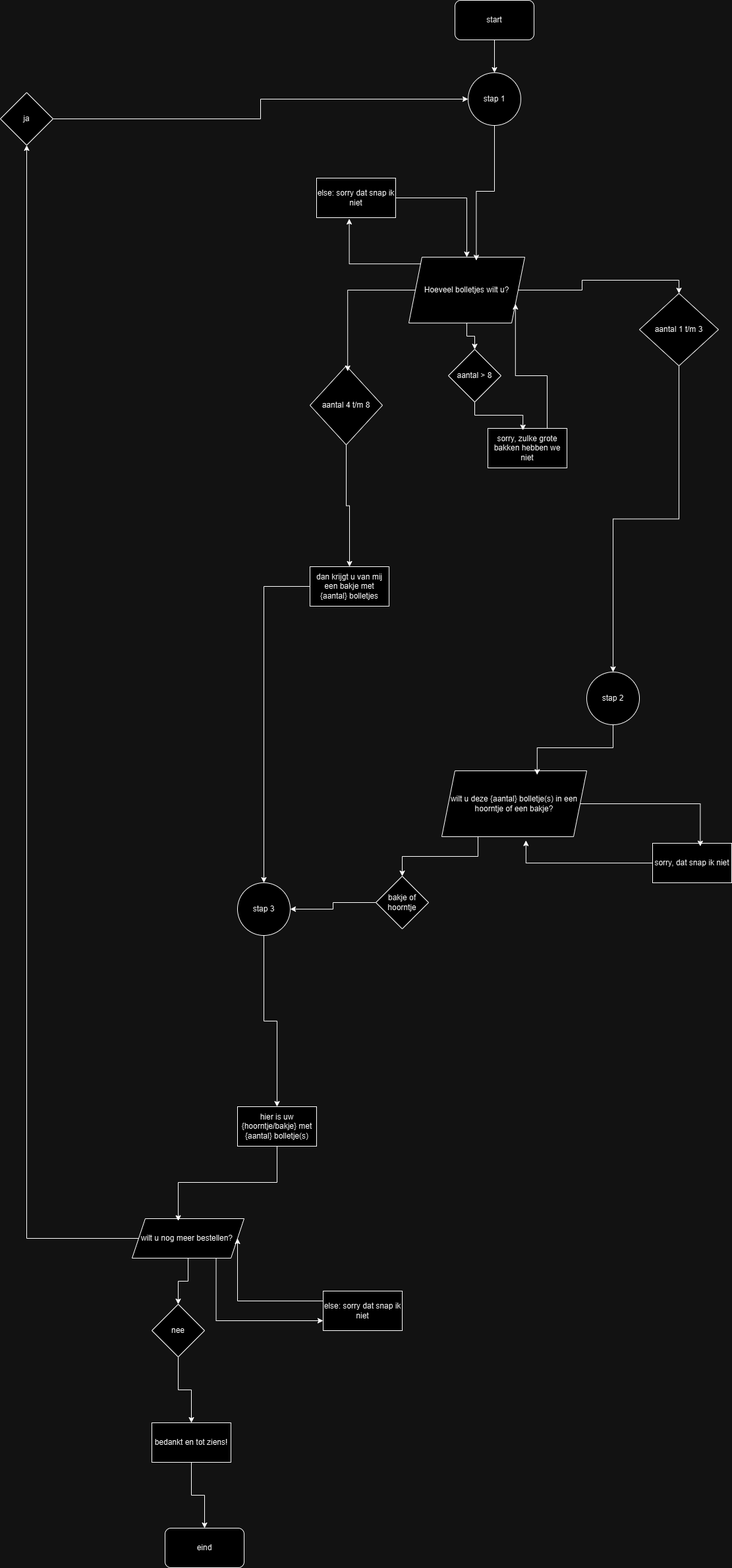
Above: Module 3 - Inzetten van/Proef - DRY programmeren/teksten en flowchart/Papi Gelato01.drawio.png in jorisKuinDaVinci/leren-programmeren (draw.io), before the change. Source tidied: cells renumbered, new cells last; positions are measured from the earlier drawing's top-left corner, leaving out a move shared by most shapes.
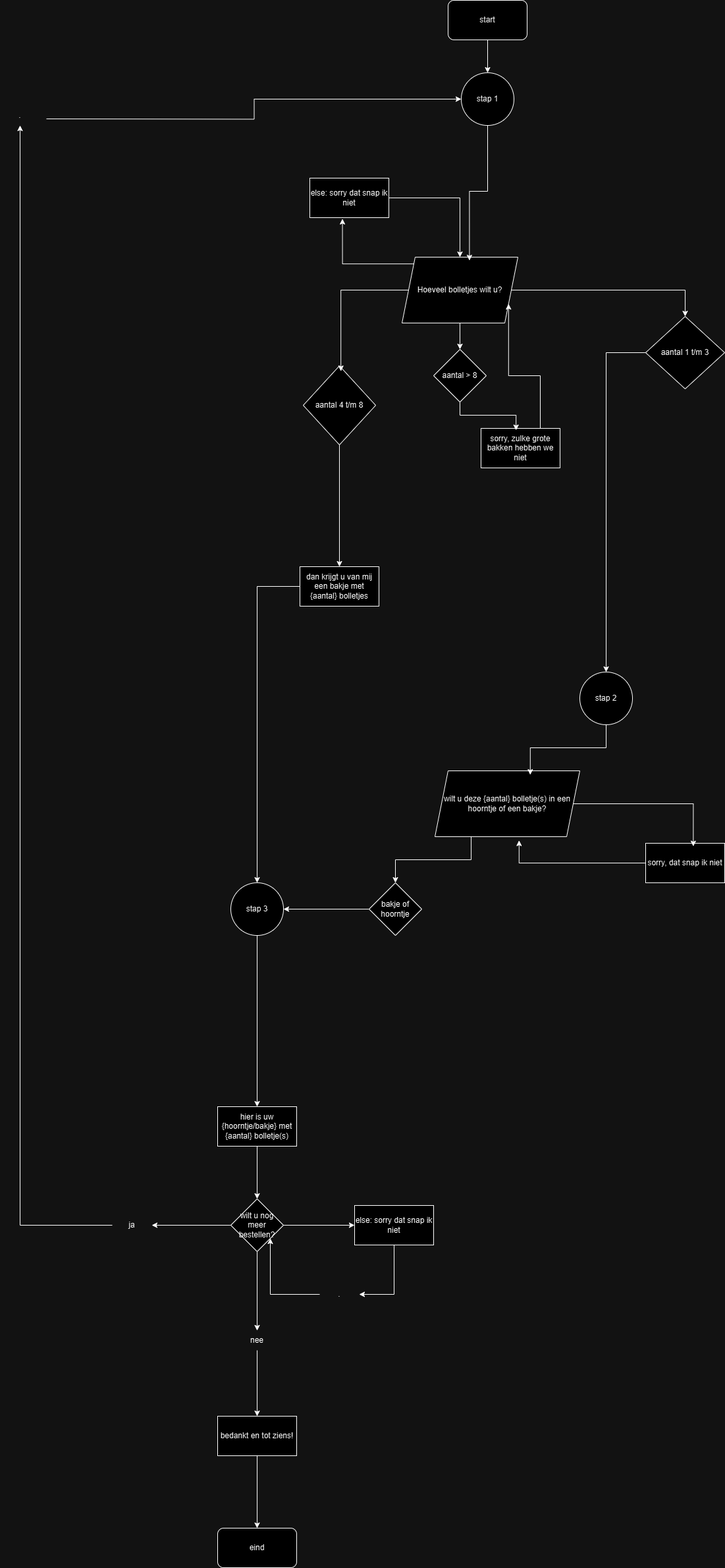
After the change.

What changed in the source:
```diff
@@ -21,7 +21,7 @@
       <mxGeometry relative="1" as="geometry" />
     </mxCell>
     <mxCell id="8" value="aantal 1 t/m 3" style="rhombus;whiteSpace=wrap;html=1;" parent="1" vertex="1">
-      <mxGeometry x="970" y="445" width="120" height="110" as="geometry" />
+      <mxGeometry x="990" y="480" width="120" height="110" as="geometry" />
     </mxCell>
     <mxCell id="9" style="edgeStyle=orthogonalEdgeStyle;rounded=0;jettySize=auto;html=1;entryX=0.5;entryY=0;entryDx=0;entryDy=0;" parent="1" edge="1" source="10" target="13">
       <mxGeometry relative="1" as="geometry" />
@@ -36,10 +36,10 @@
       <mxGeometry relative="1" as="geometry" />
     </mxCell>
     <mxCell id="13" value="dan krijgt u van mij een bakje met {aantal} bolletjes" style="rounded=0;whiteSpace=wrap;html=1;" parent="1" vertex="1">
-      <mxGeometry x="470" y="860" width="120" height="60" as="geometry" />
+      <mxGeometry x="465" y="860" width="120" height="60" as="geometry" />
     </mxCell>
     <mxCell id="14" value="aantal &amp;gt; 8" style="rhombus;whiteSpace=wrap;html=1;" parent="1" vertex="1">
-      <mxGeometry x="680" y="530" width="80" height="80" as="geometry" />
+      <mxGeometry x="668" y="530" width="80" height="80" as="geometry" />
     </mxCell>
     <mxCell id="15" style="edgeStyle=orthogonalEdgeStyle;rounded=0;jettySize=auto;html=1;exitX=0.75;exitY=0;exitDx=0;exitDy=0;entryX=1;entryY=0.75;entryDx=0;entryDy=0;" parent="1" edge="1" source="16" target="6">
       <mxGeometry relative="1" as="geometry" />
@@ -66,7 +66,7 @@
       <mxGeometry relative="1" as="geometry" />
     </mxCell>
     <mxCell id="23" value="bakje of hoorntje" style="rhombus;whiteSpace=wrap;html=1;" parent="1" vertex="1">
-      <mxGeometry x="570" y="1330" width="80" height="80" as="geometry" />
+      <mxGeometry x="570" y="1340" width="80" height="80" as="geometry" />
     </mxCell>
     <mxCell id="24" value="stap 2" style="ellipse;whiteSpace=wrap;html=1;" parent="1" vertex="1">
       <mxGeometry x="890" y="1020" width="80" height="80" as="geometry" />
@@ -98,50 +98,64 @@
     <mxCell id="33" value="stap 3" style="ellipse;whiteSpace=wrap;html=1;" parent="1" vertex="1">
       <mxGeometry x="360" y="1340" width="80" height="80" as="geometry" />
     </mxCell>
+    <mxCell id="39" style="edgeStyle=orthogonalEdgeStyle;rounded=0;jettySize=auto;html=1;entryX=0.5;entryY=0;entryDx=0;entryDy=0;" parent="1" edge="1" source="34" target="38">
+      <mxGeometry relative="1" as="geometry" />
+    </mxCell>
     <mxCell id="34" value="hier is uw {hoorntje/bakje} met {aantal} bolletje(s)" style="rounded=0;whiteSpace=wrap;html=1;" parent="1" vertex="1">
-      <mxGeometry x="360" y="1680" width="120" height="60" as="geometry" />
+      <mxGeometry x="340" y="1680" width="120" height="60" as="geometry" />
     </mxCell>
-    <mxCell id="35" style="edgeStyle=orthogonalEdgeStyle;rounded=0;jettySize=auto;html=1;entryX=0.5;entryY=1;entryDx=0;entryDy=0;" parent="1" edge="1" source="38" target="41">
-      <mxGeometry relative="1" as="geometry" />
-    </mxCell>
-    <mxCell id="36" style="edgeStyle=orthogonalEdgeStyle;rounded=0;jettySize=auto;html=1;" parent="1" edge="1" source="38" target="43">
-      <mxGeometry relative="1" as="geometry" />
-    </mxCell>
-    <mxCell id="37" style="edgeStyle=orthogonalEdgeStyle;rounded=0;jettySize=auto;html=1;exitX=0.75;exitY=1;exitDx=0;exitDy=0;entryX=0;entryY=0.75;entryDx=0;entryDy=0;" parent="1" edge="1" source="38" target="45">
-      <mxGeometry relative="1" as="geometry" />
-    </mxCell>
-    <mxCell id="38" value="wilt u nog meer bestellen?&amp;nbsp;" style="shape=parallelogram;perimeter=parallelogramPerimeter;whiteSpace=wrap;html=1;fixedSize=1;" parent="1" vertex="1">
-      <mxGeometry x="200" y="1850" width="170" height="60" as="geometry" />
-    </mxCell>
-    <mxCell id="39" style="edgeStyle=orthogonalEdgeStyle;rounded=0;jettySize=auto;html=1;entryX=0.412;entryY=0.057;entryDx=0;entryDy=0;entryPerimeter=0;" parent="1" edge="1" source="34" target="38">
-      <mxGeometry relative="1" as="geometry" />
-    </mxCell>
-    <mxCell id="40" style="edgeStyle=orthogonalEdgeStyle;rounded=0;jettySize=auto;html=1;exitX=1;exitY=0.5;exitDx=0;exitDy=0;entryX=0;entryY=0.5;entryDx=0;entryDy=0;" parent="1" edge="1" source="41" target="26">
-      <mxGeometry relative="1" as="geometry" />
+    <mxCell id="40" style="edgeStyle=orthogonalEdgeStyle;rounded=0;jettySize=auto;html=1;exitX=1;exitY=0.5;exitDx=0;exitDy=0;entryX=0;entryY=0.5;entryDx=0;entryDy=0;" parent="1" edge="1" target="26">
+      <mxGeometry relative="1" as="geometry">
+        <mxPoint x="80" y="180" as="sourcePoint" />
+      </mxGeometry>
     </mxCell>
-    <mxCell id="41" value="ja" style="rhombus;whiteSpace=wrap;html=1;" parent="1" vertex="1">
-      <mxGeometry y="140" width="80" height="80" as="geometry" />
-    </mxCell>
-    <mxCell id="42" style="edgeStyle=orthogonalEdgeStyle;rounded=0;jettySize=auto;html=1;" parent="1" edge="1" source="43" target="47">
-      <mxGeometry relative="1" as="geometry" />
-    </mxCell>
-    <mxCell id="43" value="nee" style="rhombus;whiteSpace=wrap;html=1;" parent="1" vertex="1">
-      <mxGeometry x="230" y="1980" width="80" height="80" as="geometry" />
-    </mxCell>
-    <mxCell id="44" style="edgeStyle=orthogonalEdgeStyle;rounded=0;jettySize=auto;html=1;exitX=0;exitY=0.25;exitDx=0;exitDy=0;entryX=1;entryY=0.5;entryDx=0;entryDy=0;" parent="1" edge="1" source="45" target="38">
-      <mxGeometry relative="1" as="geometry" />
-    </mxCell>
+    <mxCell id="49" style="edgeStyle=orthogonalEdgeStyle;rounded=0;jettySize=auto;html=1;entryX=1;entryY=0.5;entryDx=0;entryDy=0;" parent="1" edge="1" source="45" target="53">
+      <mxGeometry relative="1" as="geometry" />
+    </mxCell>
     <mxCell id="45" value="else: sorry dat snap ik niet" style="rounded=0;whiteSpace=wrap;html=1;" parent="1" vertex="1">
-      <mxGeometry x="490" y="1960" width="120" height="60" as="geometry" />
+      <mxGeometry x="548" y="1830" width="120" height="60" as="geometry" />
     </mxCell>
-    <mxCell id="46" style="edgeStyle=orthogonalEdgeStyle;rounded=0;jettySize=auto;html=1;" parent="1" edge="1" source="47" target="48">
+    <mxCell id="46" style="edgeStyle=orthogonalEdgeStyle;rounded=0;jettySize=auto;html=1;entryX=0.5;entryY=0;entryDx=0;entryDy=0;" parent="1" edge="1" source="47" target="48">
       <mxGeometry relative="1" as="geometry" />
     </mxCell>
     <mxCell id="47" value="bedankt en tot ziens!" style="rounded=0;whiteSpace=wrap;html=1;" parent="1" vertex="1">
-      <mxGeometry x="230" y="2160" width="120" height="60" as="geometry" />
+      <mxGeometry x="340" y="2150" width="120" height="60" as="geometry" />
     </mxCell>
     <mxCell id="48" value="eind" style="rounded=1;whiteSpace=wrap;html=1;" parent="1" vertex="1">
-      <mxGeometry x="250" y="2320" width="120" height="60" as="geometry" />
+      <mxGeometry x="340" y="2320" width="120" height="60" as="geometry" />
     </mxCell>
+    <mxCell id="50" style="edgeStyle=orthogonalEdgeStyle;rounded=0;jettySize=auto;html=1;entryX=0.5;entryY=1;entryDx=0;entryDy=0;" parent="1" edge="1" source="41" target="51">
+      <mxGeometry relative="1" as="geometry" />
+    </mxCell>
+    <mxCell id="41" value="ja" style="text;html=1;align=center;verticalAlign=middle;whiteSpace=wrap;rounded=0;" parent="1" vertex="1">
+      <mxGeometry x="180" y="1845" width="60" height="30" as="geometry" />
+    </mxCell>
+    <mxCell id="51" value="." style="text;html=1;align=center;verticalAlign=middle;whiteSpace=wrap;rounded=0;" parent="1" vertex="1">
+      <mxGeometry x="10" y="160" width="60" height="30" as="geometry" />
+    </mxCell>
+    <mxCell id="37" style="edgeStyle=orthogonalEdgeStyle;rounded=0;jettySize=auto;html=1;" parent="1" edge="1" source="38" target="45">
+      <mxGeometry relative="1" as="geometry" />
+    </mxCell>
+    <mxCell id="35" style="edgeStyle=orthogonalEdgeStyle;rounded=0;jettySize=auto;html=1;entryX=1;entryY=0.5;entryDx=0;entryDy=0;" parent="1" edge="1" source="38" target="41">
+      <mxGeometry relative="1" as="geometry" />
+    </mxCell>
+    <mxCell id="36" style="edgeStyle=orthogonalEdgeStyle;rounded=0;jettySize=auto;html=1;entryX=0.5;entryY=0;entryDx=0;entryDy=0;" parent="1" edge="1" source="38" target="43">
+      <mxGeometry relative="1" as="geometry" />
+    </mxCell>
+    <mxCell id="38" value="wilt u nog meer bestellen?" style="rhombus;whiteSpace=wrap;html=1;" parent="1" vertex="1">
+      <mxGeometry x="360" y="1820" width="80" height="80" as="geometry" />
+    </mxCell>
+    <mxCell id="52" style="edgeStyle=orthogonalEdgeStyle;rounded=0;jettySize=auto;html=1;entryX=1;entryY=1;entryDx=0;entryDy=0;" parent="1" edge="1" source="53" target="38">
+      <mxGeometry relative="1" as="geometry" />
+    </mxCell>
+    <mxCell id="53" value="." style="text;html=1;align=center;verticalAlign=middle;whiteSpace=wrap;rounded=0;" parent="1" vertex="1">
+      <mxGeometry x="495" y="1950" width="60" height="30" as="geometry" />
+    </mxCell>
+    <mxCell id="42" style="edgeStyle=orthogonalEdgeStyle;rounded=0;jettySize=auto;html=1;entryX=0.5;entryY=0;entryDx=0;entryDy=0;" parent="1" edge="1" source="43" target="47">
+      <mxGeometry relative="1" as="geometry" />
+    </mxCell>
+    <mxCell id="43" value="nee" style="text;html=1;align=center;verticalAlign=middle;whiteSpace=wrap;rounded=0;" parent="1" vertex="1">
+      <mxGeometry x="370" y="2020" width="60" height="30" as="geometry" />
+    </mxCell>
   </root>
 </mxGraphModel>
```
